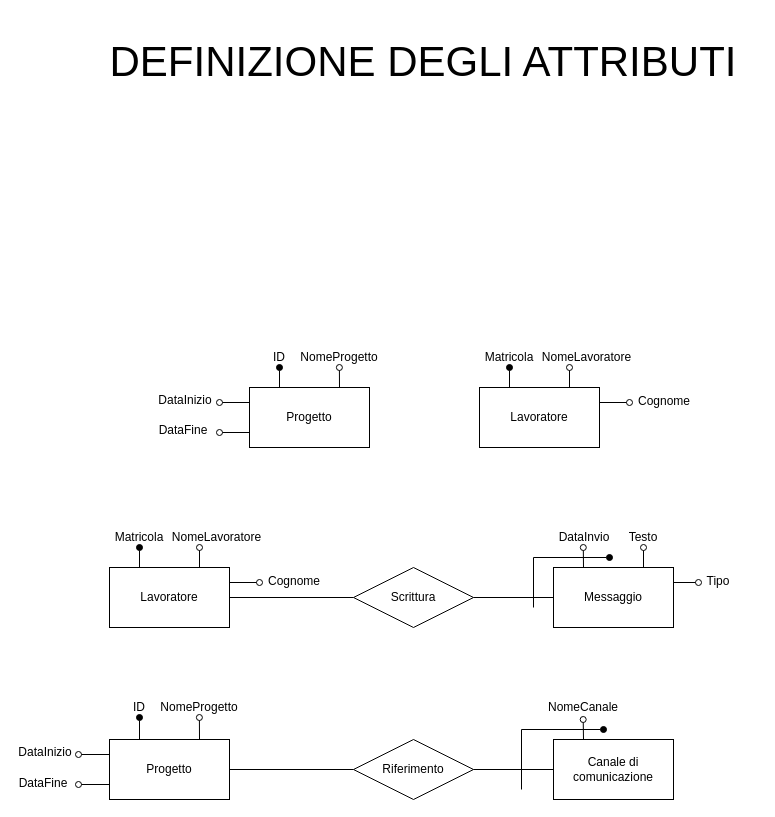
This is page "definizione-attributi" (2 of 4) of Relazione/Schema ER/scheletro.drawio from martafra/BD-Chat-Multicanale, a draw.io file, before an edit. Source tidied: cells renumbered, new cells numbered last; positions are measured from the earlier drawing's top-left corner, leaving out a move shared by most shapes. Both pictures are drawn from the tidied source at 100%, with x=0, y=0 at pixel (17, 17).
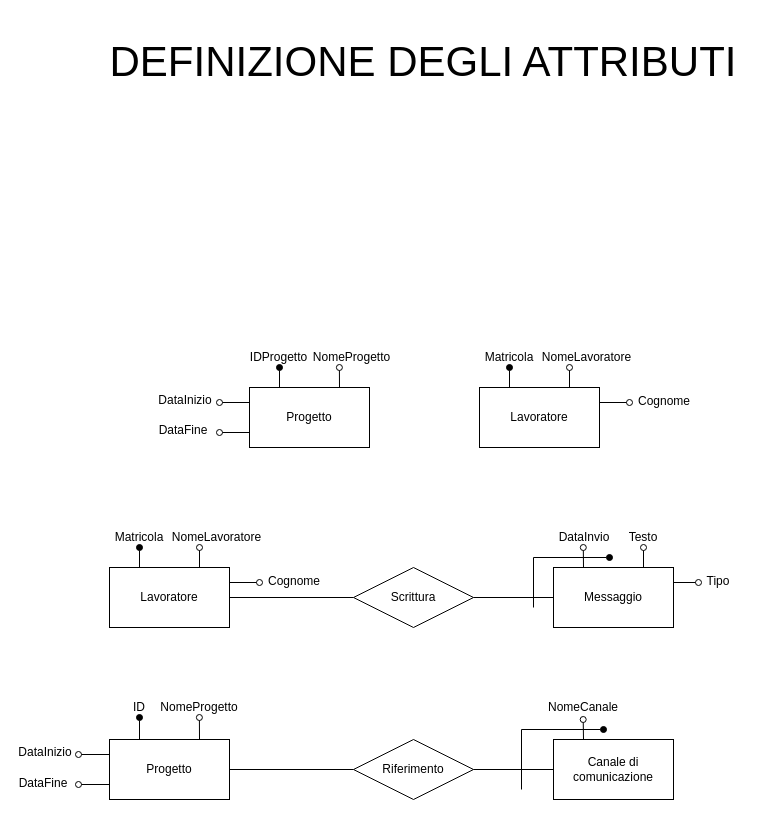
Above is the later version.

Change to the diagram source:
```diff
@@
-    <mxCell id="8" value="ID" style="text;html=1;strokeColor=none;fillColor=none;align=center;verticalAlign=middle;whiteSpace=wrap;rounded=0;" parent="1" vertex="1">
-      <mxGeometry x="242" y="330" width="40" height="20" as="geometry" />
+    <mxCell id="8" value="IDProgetto" style="text;html=1;strokeColor=none;fillColor=none;align=center;verticalAlign=middle;whiteSpace=wrap;rounded=0;" parent="1" vertex="1">
+      <mxGeometry x="232" y="330" width="59" height="20" as="geometry" />
     </mxCell>
     <mxCell id="9" value="NomeProgetto" style="text;html=1;strokeColor=none;fillColor=none;align=center;verticalAlign=middle;whiteSpace=wrap;rounded=0;" parent="1" vertex="1">
-      <mxGeometry x="302" y="330" width="40" height="20" as="geometry" />
+      <mxGeometry x="295" y="330" width="79" height="20" as="geometry" />
     </mxCell>
```
